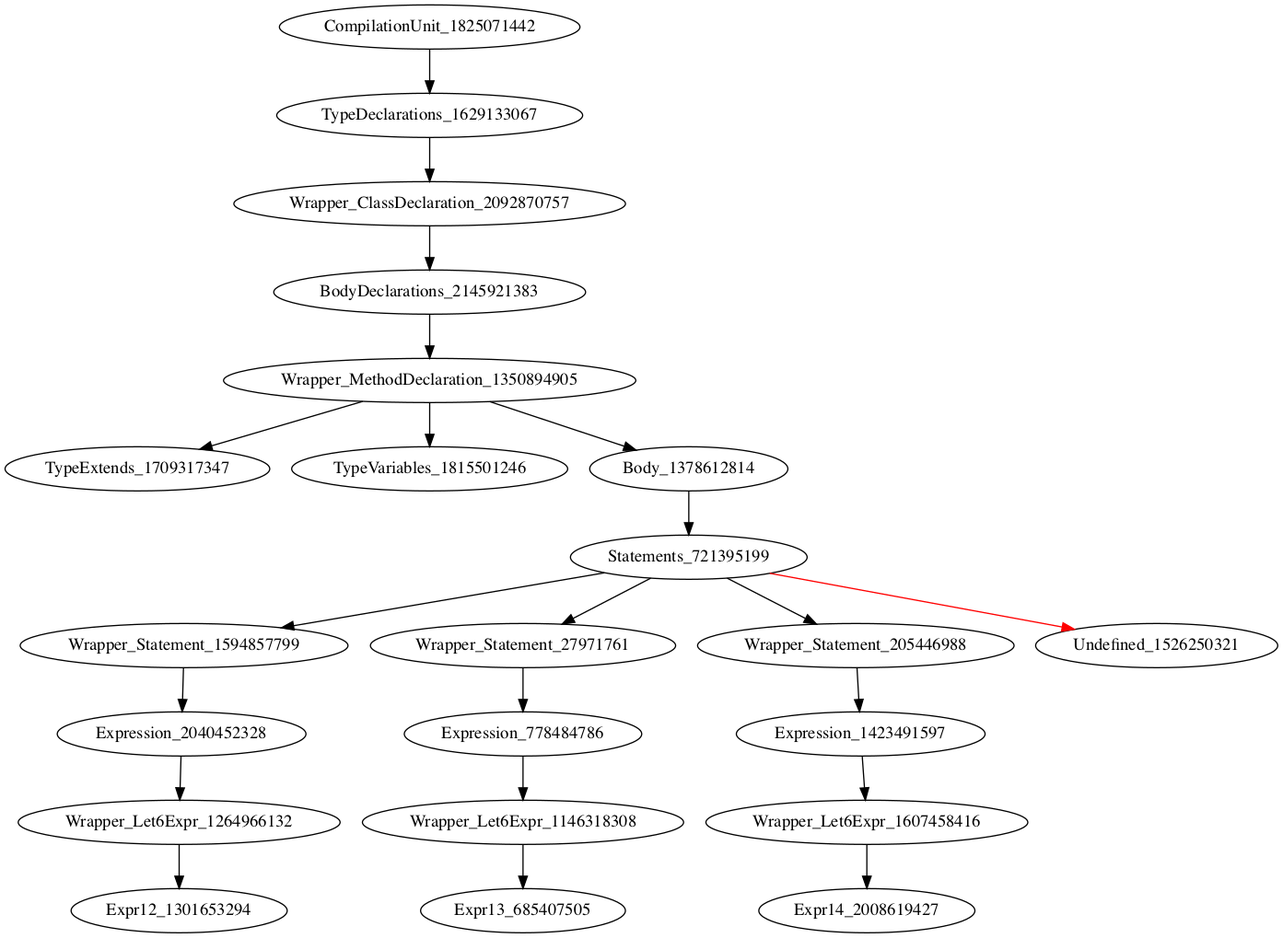
icse2023material/VoiceJava keeps this Graphviz diagram as holeAST.png. Above is the earlier version. Its source is kept beside it as holeAST.dot.
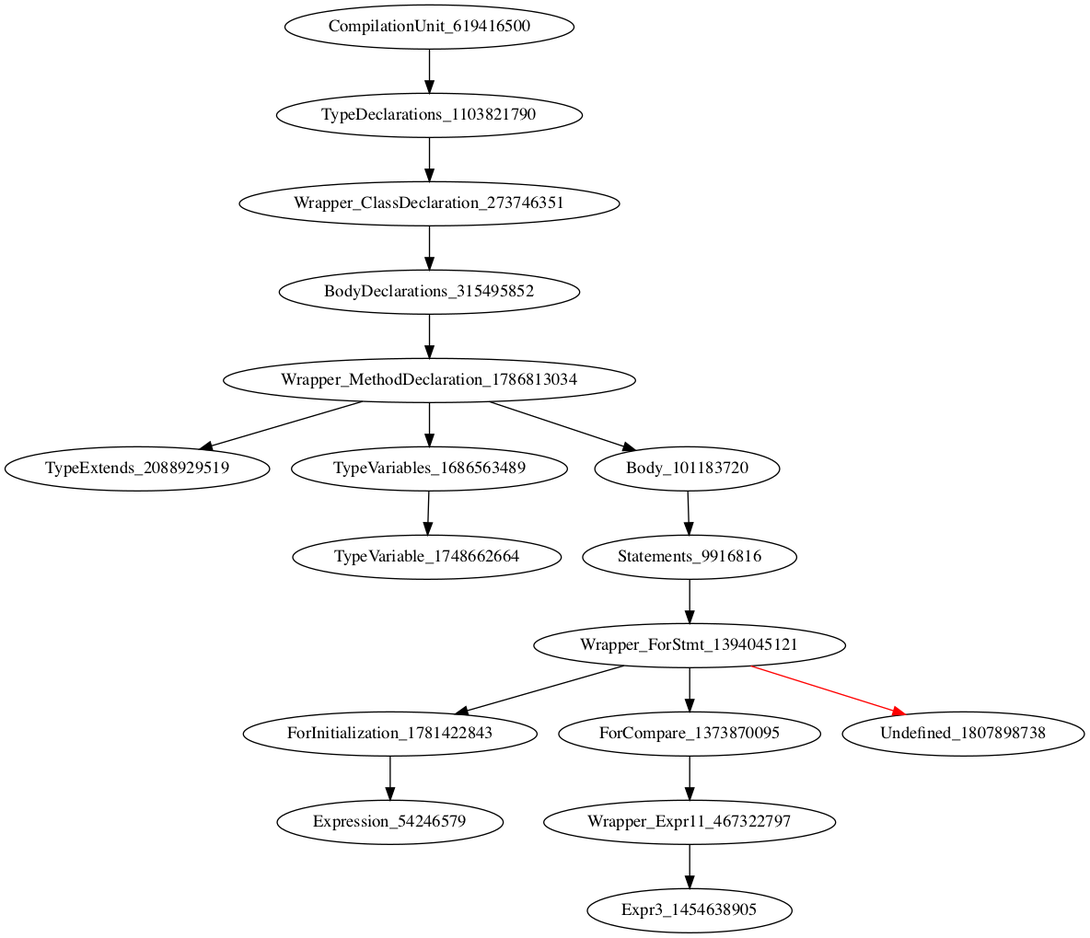
Later version of the same file.

Diff of the diagram source:
```diff
@@ -1,23 +1,14 @@
 digraph {
-CompilationUnit_1825071442 -> TypeDeclarations_1629133067
-TypeDeclarations_1629133067 -> Wrapper_ClassDeclaration_2092870757
-Wrapper_ClassDeclaration_2092870757 -> BodyDeclarations_2145921383
-BodyDeclarations_2145921383 -> Wrapper_MethodDeclaration_1350894905
-Wrapper_MethodDeclaration_1350894905 -> TypeExtends_1709317347
-Wrapper_MethodDeclaration_1350894905 -> TypeVariables_1815501246
-Wrapper_MethodDeclaration_1350894905 -> Body_1378612814
-Body_1378612814 -> Statements_721395199
-Statements_721395199 -> Wrapper_Statement_1594857799
-Statements_721395199 -> Wrapper_Statement_27971761
-Statements_721395199 -> Wrapper_Statement_205446988
-Statements_721395199 -> Undefined_1526250321 [color = red]
-Wrapper_Statement_1594857799 -> Expression_2040452328
-Wrapper_Statement_27971761 -> Expression_778484786
-Wrapper_Statement_205446988 -> Expression_1423491597
-Expression_2040452328 -> Wrapper_Let6Expr_1264966132
-Expression_778484786 -> Wrapper_Let6Expr_1146318308
-Expression_1423491597 -> Wrapper_Let6Expr_1607458416
-Wrapper_Let6Expr_1264966132 -> Expr12_1301653294
-Wrapper_Let6Expr_1146318308 -> Expr13_685407505
-Wrapper_Let6Expr_1607458416 -> Expr14_2008619427
+CompilationUnit_2094913297 -> TypeDeclarations_991651800
+TypeDeclarations_991651800 -> Wrapper_ClassDeclaration_816662630
+Wrapper_ClassDeclaration_816662630 -> BodyDeclarations_1866280061
+BodyDeclarations_1866280061 -> Wrapper_MethodDeclaration_2102004692
+Wrapper_MethodDeclaration_2102004692 -> TypeExtends_487560706
+Wrapper_MethodDeclaration_2102004692 -> TypeVariables_1195054013
+Wrapper_MethodDeclaration_2102004692 -> Body_1097040355
+TypeVariables_1195054013 -> TypeVariable_1826240176
+Body_1097040355 -> Statements_226759343
+Statements_226759343 -> Wrapper_SwitchStmt_314396249
+Wrapper_SwitchStmt_314396249 -> Expression_1334618484
+Wrapper_SwitchStmt_314396249 -> Undefined_1927178627 [color = red]
 }
```
